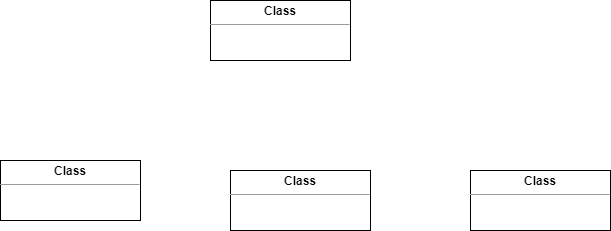
Earlier version of the draw.io export university2.png (volkankgil/patikaveriyapiariodev). Source tidied: cells renumbered, new cells last; positions are measured from the earlier drawing's top-left corner, leaving out a move shared by most shapes.
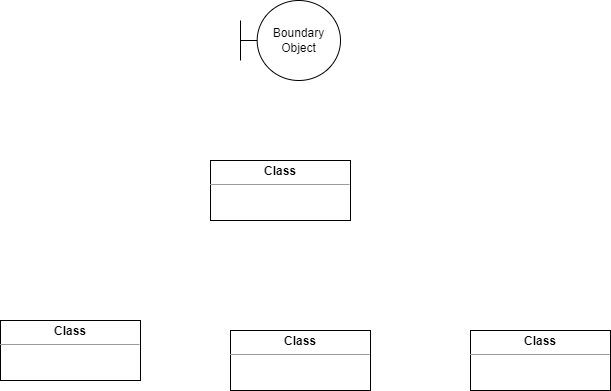
Above is the later version.

What changed in the source:
```diff
@@ -14,5 +14,8 @@
     <mxCell id="5" value="&lt;p style=&quot;margin:0px;margin-top:4px;text-align:center;&quot;&gt;&lt;b&gt;Class&lt;/b&gt;&lt;/p&gt;&lt;hr size=&quot;1&quot;/&gt;&lt;div style=&quot;height:2px;&quot;&gt;&lt;/div&gt;" style="verticalAlign=top;align=left;overflow=fill;fontSize=12;fontFamily=Helvetica;html=1;" parent="1" vertex="1">
       <mxGeometry x="470" y="170" width="140" height="60" as="geometry" />
     </mxCell>
+    <mxCell id="6" value="Boundary Object" style="shape=umlBoundary;whiteSpace=wrap;html=1;" parent="1" vertex="1">
+      <mxGeometry x="240" y="-160" width="100" height="80" as="geometry" />
+    </mxCell>
   </root>
 </mxGraphModel>
```
